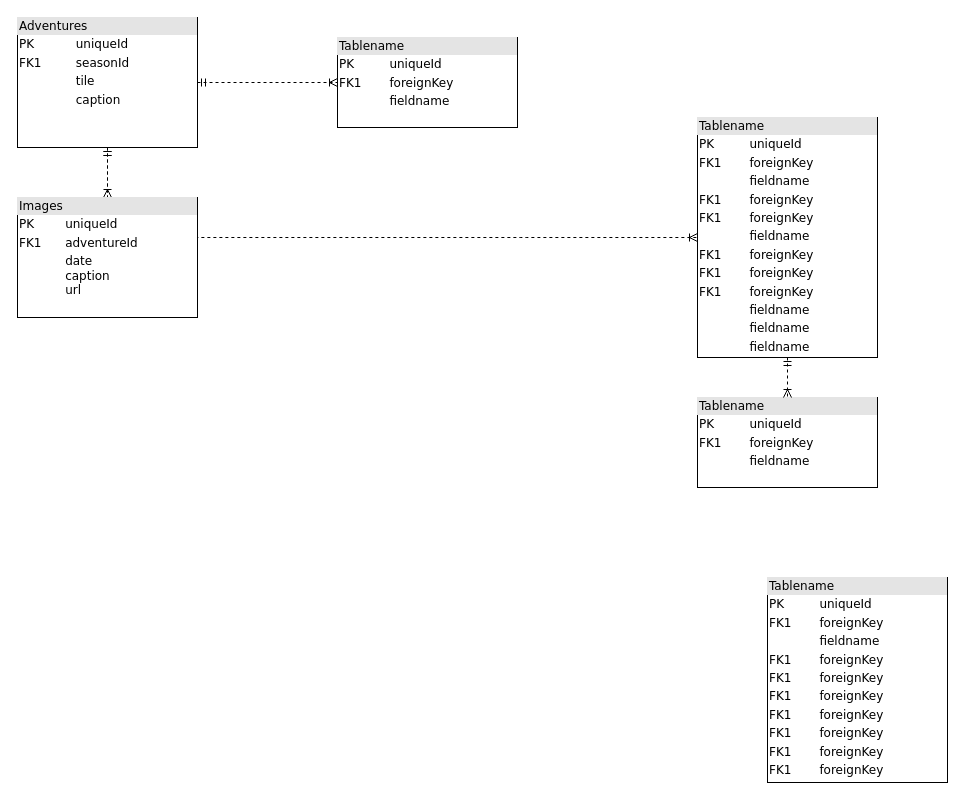
Before: Untitled Diagram.drawio in laurenashley/adventure-gallery, a draw.io diagram. Source tidied: cells renumbered, new cells numbered last; positions are measured from the earlier drawing's top-left corner, leaving out a move shared by most shapes. Both pictures are drawn from the tidied source at 100%, with x=0, y=0 at pixel (17, 17).
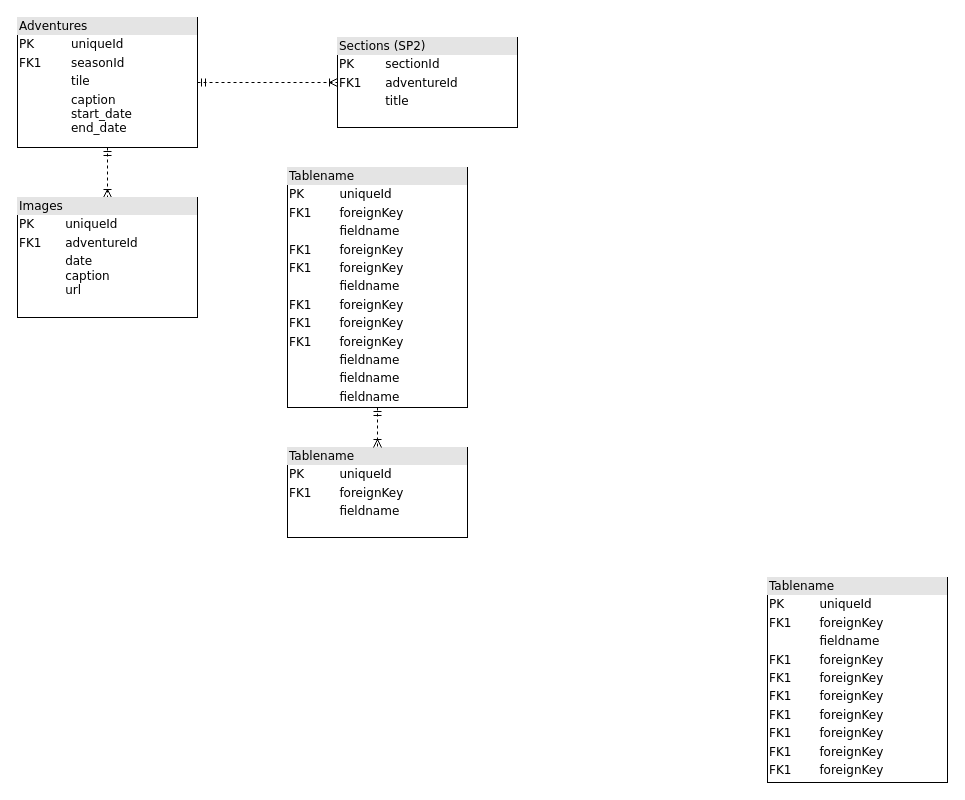
After the change.

Change to the diagram source:
```diff
@@
 <mxGraphModel>
   <root>
     <mxCell id="0" />
     <mxCell id="1" parent="0" />
     <mxCell id="2" style="edgeStyle=orthogonalEdgeStyle;html=1;entryX=0.5;entryY=0;dashed=1;labelBackgroundColor=none;startArrow=ERmandOne;endArrow=ERoneToMany;fontFamily=Verdana;fontSize=12;align=left;" parent="1" edge="1" source="5" target="7">
       <mxGeometry relative="1" as="geometry" />
     </mxCell>
-    <mxCell id="3" style="edgeStyle=orthogonalEdgeStyle;html=1;dashed=1;labelBackgroundColor=none;startArrow=ERmandOne;endArrow=ERoneToMany;fontFamily=Verdana;fontSize=12;align=left;entryX=0;entryY=0.5;" parent="1" edge="1" source="5" target="10">
-      <mxGeometry relative="1" as="geometry">
-        <Array as="points">
-          <mxPoint x="510" y="220" />
-          <mxPoint x="630" y="220" />
-          <mxPoint x="630" y="285" />
-        </Array>
-      </mxGeometry>
-    </mxCell>
     <mxCell id="4" style="edgeStyle=orthogonalEdgeStyle;html=1;dashed=1;labelBackgroundColor=none;startArrow=ERmandOne;endArrow=ERoneToMany;fontFamily=Verdana;fontSize=12;align=left;" parent="1" edge="1" source="5" target="11">
       <mxGeometry relative="1" as="geometry" />
     </mxCell>
-    <mxCell id="5" value="&lt;div style=&quot;box-sizing: border-box ; width: 100% ; background: #e4e4e4 ; padding: 2px&quot;&gt;Adventures&lt;/div&gt;&lt;table style=&quot;width: 100% ; font-size: 1em&quot; cellpadding=&quot;2&quot; cellspacing=&quot;0&quot;&gt;&lt;tbody&gt;&lt;tr&gt;&lt;td&gt;PK&lt;/td&gt;&lt;td&gt;uniqueId&lt;/td&gt;&lt;/tr&gt;&lt;tr&gt;&lt;td&gt;FK1&lt;/td&gt;&lt;td&gt;seasonId&lt;/td&gt;&lt;/tr&gt;&lt;tr&gt;&lt;td&gt;&lt;/td&gt;&lt;td&gt;tile&lt;/td&gt;&lt;/tr&gt;&lt;tr&gt;&lt;td&gt;&lt;br&gt;&lt;/td&gt;&lt;td&gt;caption&lt;/td&gt;&lt;/tr&gt;&lt;/tbody&gt;&lt;/table&gt;" style="verticalAlign=top;align=left;overflow=fill;html=1;rounded=0;shadow=0;comic=0;labelBackgroundColor=none;strokeWidth=1;fontFamily=Verdana;fontSize=12;" parent="1" vertex="1">
+    <mxCell id="5" value="&lt;div style=&quot;box-sizing: border-box ; width: 100% ; background: #e4e4e4 ; padding: 2px&quot;&gt;Adventures&lt;/div&gt;&lt;table style=&quot;width: 100% ; font-size: 1em&quot; cellpadding=&quot;2&quot; cellspacing=&quot;0&quot;&gt;&lt;tbody&gt;&lt;tr&gt;&lt;td&gt;PK&lt;/td&gt;&lt;td&gt;uniqueId&lt;/td&gt;&lt;/tr&gt;&lt;tr&gt;&lt;td&gt;FK1&lt;/td&gt;&lt;td&gt;seasonId&lt;/td&gt;&lt;/tr&gt;&lt;tr&gt;&lt;td&gt;&lt;/td&gt;&lt;td&gt;tile&lt;/td&gt;&lt;/tr&gt;&lt;tr&gt;&lt;td&gt;&lt;br&gt;&lt;/td&gt;&lt;td&gt;caption&lt;br&gt;start_date&lt;br&gt;end_date&lt;br&gt;&lt;/td&gt;&lt;/tr&gt;&lt;/tbody&gt;&lt;/table&gt;" style="verticalAlign=top;align=left;overflow=fill;html=1;rounded=0;shadow=0;comic=0;labelBackgroundColor=none;strokeWidth=1;fontFamily=Verdana;fontSize=12;" parent="1" vertex="1">
       <mxGeometry width="180" height="130" as="geometry" />
     </mxCell>
     <mxCell id="6" value="&lt;div style=&quot;box-sizing: border-box ; width: 100% ; background: #e4e4e4 ; padding: 2px&quot;&gt;Tablename&lt;/div&gt;&lt;table style=&quot;width: 100% ; font-size: 1em&quot; cellpadding=&quot;2&quot; cellspacing=&quot;0&quot;&gt;&lt;tbody&gt;&lt;tr&gt;&lt;td&gt;PK&lt;/td&gt;&lt;td&gt;uniqueId&lt;/td&gt;&lt;/tr&gt;&lt;tr&gt;&lt;td&gt;FK1&lt;/td&gt;&lt;td&gt;foreignKey&lt;/td&gt;&lt;/tr&gt;&lt;tr&gt;&lt;td&gt;&lt;/td&gt;&lt;td&gt;fieldname&lt;/td&gt;&lt;/tr&gt;&lt;tr&gt;&lt;td&gt;FK1&lt;br&gt;&lt;/td&gt;&lt;td&gt;foreignKey&lt;br&gt;&lt;/td&gt;&lt;/tr&gt;&lt;tr&gt;&lt;td&gt;FK1&lt;br&gt;&lt;/td&gt;&lt;td&gt;foreignKey&lt;br&gt;&lt;/td&gt;&lt;/tr&gt;&lt;tr&gt;&lt;td&gt;FK1&lt;br&gt;&lt;/td&gt;&lt;td&gt;foreignKey&lt;br&gt;&lt;/td&gt;&lt;/tr&gt;&lt;tr&gt;&lt;td&gt;FK1&lt;br&gt;&lt;/td&gt;&lt;td&gt;foreignKey&lt;br&gt;&lt;/td&gt;&lt;/tr&gt;&lt;tr&gt;&lt;td&gt;FK1&lt;br&gt;&lt;/td&gt;&lt;td&gt;foreignKey&lt;br&gt;&lt;/td&gt;&lt;/tr&gt;&lt;tr&gt;&lt;td&gt;FK1&lt;br&gt;&lt;/td&gt;&lt;td&gt;foreignKey&lt;br&gt;&lt;/td&gt;&lt;/tr&gt;&lt;tr&gt;&lt;td&gt;FK1&lt;br&gt;&lt;/td&gt;&lt;td&gt;foreignKey&lt;br&gt;&lt;/td&gt;&lt;/tr&gt;&lt;/tbody&gt;&lt;/table&gt;" style="verticalAlign=top;align=left;overflow=fill;html=1;rounded=0;shadow=0;comic=0;labelBackgroundColor=none;strokeWidth=1;fontFamily=Verdana;fontSize=12;" parent="1" vertex="1">
       <mxGeometry x="750" y="560" width="180" height="205" as="geometry" />
     </mxCell>
     <mxCell id="7" value="&lt;div style=&quot;box-sizing: border-box ; width: 100% ; background: #e4e4e4 ; padding: 2px&quot;&gt;Images&lt;/div&gt;&lt;table style=&quot;width: 100% ; font-size: 1em&quot; cellpadding=&quot;2&quot; cellspacing=&quot;0&quot;&gt;&lt;tbody&gt;&lt;tr&gt;&lt;td&gt;PK&lt;/td&gt;&lt;td&gt;uniqueId&lt;/td&gt;&lt;/tr&gt;&lt;tr&gt;&lt;td&gt;FK1&lt;/td&gt;&lt;td&gt;adventureId&lt;/td&gt;&lt;/tr&gt;&lt;tr&gt;&lt;td&gt;&lt;/td&gt;&lt;td&gt;date&lt;br&gt;caption&lt;br&gt;url&lt;/td&gt;&lt;/tr&gt;&lt;tr&gt;&lt;td&gt;&lt;br&gt;&lt;/td&gt;&lt;td&gt;&lt;br&gt;&lt;/td&gt;&lt;/tr&gt;&lt;tr&gt;&lt;td&gt;&lt;/td&gt;&lt;td&gt;&lt;br&gt;&lt;/td&gt;&lt;/tr&gt;&lt;/tbody&gt;&lt;/table&gt;" style="verticalAlign=top;align=left;overflow=fill;html=1;rounded=0;shadow=0;comic=0;labelBackgroundColor=none;strokeWidth=1;fontFamily=Verdana;fontSize=12;" parent="1" vertex="1">
       <mxGeometry y="180" width="180" height="120" as="geometry" />
     </mxCell>
     <mxCell id="8" value="&lt;div style=&quot;box-sizing:border-box;width:100%;background:#e4e4e4;padding:2px;&quot;&gt;Tablename&lt;/div&gt;&lt;table style=&quot;width:100%;font-size:1em;&quot; cellpadding=&quot;2&quot; cellspacing=&quot;0&quot;&gt;&lt;tr&gt;&lt;td&gt;PK&lt;/td&gt;&lt;td&gt;uniqueId&lt;/td&gt;&lt;/tr&gt;&lt;tr&gt;&lt;td&gt;FK1&lt;/td&gt;&lt;td&gt;foreignKey&lt;/td&gt;&lt;/tr&gt;&lt;tr&gt;&lt;td&gt;&lt;/td&gt;&lt;td&gt;fieldname&lt;/td&gt;&lt;/tr&gt;&lt;/table&gt;" style="verticalAlign=top;align=left;overflow=fill;html=1;rounded=0;shadow=0;comic=0;labelBackgroundColor=none;strokeWidth=1;fontFamily=Verdana;fontSize=12;" parent="1" vertex="1">
-      <mxGeometry x="680" y="380" width="180" height="90" as="geometry" />
+      <mxGeometry x="270" y="430" width="180" height="90" as="geometry" />
     </mxCell>
     <mxCell id="9" style="edgeStyle=orthogonalEdgeStyle;html=1;entryX=0.5;entryY=0;dashed=1;labelBackgroundColor=none;startArrow=ERmandOne;endArrow=ERoneToMany;fontFamily=Verdana;fontSize=12;align=left;" parent="1" edge="1" source="10" target="8">
       <mxGeometry relative="1" as="geometry" />
     </mxCell>
     <mxCell id="10" value="&lt;div style=&quot;box-sizing: border-box ; width: 100% ; background: #e4e4e4 ; padding: 2px&quot;&gt;Tablename&lt;/div&gt;&lt;table style=&quot;width: 100% ; font-size: 1em&quot; cellpadding=&quot;2&quot; cellspacing=&quot;0&quot;&gt;&lt;tbody&gt;&lt;tr&gt;&lt;td&gt;PK&lt;/td&gt;&lt;td&gt;uniqueId&lt;/td&gt;&lt;/tr&gt;&lt;tr&gt;&lt;td&gt;FK1&lt;/td&gt;&lt;td&gt;foreignKey&lt;/td&gt;&lt;/tr&gt;&lt;tr&gt;&lt;td&gt;&lt;/td&gt;&lt;td&gt;fieldname&lt;/td&gt;&lt;/tr&gt;&lt;tr&gt;&lt;td&gt;FK1&lt;br&gt;&lt;/td&gt;&lt;td&gt;foreignKey&lt;br&gt;&lt;/td&gt;&lt;/tr&gt;&lt;tr&gt;&lt;td&gt;FK1&lt;br&gt;&lt;/td&gt;&lt;td&gt;foreignKey&lt;br&gt;&lt;/td&gt;&lt;/tr&gt;&lt;tr&gt;&lt;td&gt;&lt;br&gt;&lt;/td&gt;&lt;td&gt;fieldname&lt;br&gt;&lt;/td&gt;&lt;/tr&gt;&lt;tr&gt;&lt;td&gt;FK1&lt;br&gt;&lt;/td&gt;&lt;td&gt;foreignKey&lt;br&gt;&lt;/td&gt;&lt;/tr&gt;&lt;tr&gt;&lt;td&gt;FK1&lt;br&gt;&lt;/td&gt;&lt;td&gt;foreignKey&lt;br&gt;&lt;/td&gt;&lt;/tr&gt;&lt;tr&gt;&lt;td&gt;FK1&lt;br&gt;&lt;/td&gt;&lt;td&gt;foreignKey&lt;br&gt;&lt;/td&gt;&lt;/tr&gt;&lt;tr&gt;&lt;td&gt;&lt;br&gt;&lt;/td&gt;&lt;td&gt;fieldname&lt;br&gt;&lt;/td&gt;&lt;/tr&gt;&lt;tr&gt;&lt;td&gt;&lt;br&gt;&lt;/td&gt;&lt;td&gt;fieldname&lt;br&gt;&lt;/td&gt;&lt;/tr&gt;&lt;tr&gt;&lt;td&gt;&lt;br&gt;&lt;/td&gt;&lt;td&gt;fieldname&lt;br&gt;&lt;/td&gt;&lt;/tr&gt;&lt;/tbody&gt;&lt;/table&gt;" style="verticalAlign=top;align=left;overflow=fill;html=1;rounded=0;shadow=0;comic=0;labelBackgroundColor=none;strokeWidth=1;fontFamily=Verdana;fontSize=12;" parent="1" vertex="1">
-      <mxGeometry x="680" y="100" width="180" height="240" as="geometry" />
+      <mxGeometry x="270" y="150" width="180" height="240" as="geometry" />
     </mxCell>
-    <mxCell id="11" value="&lt;div style=&quot;box-sizing:border-box;width:100%;background:#e4e4e4;padding:2px;&quot;&gt;Tablename&lt;/div&gt;&lt;table style=&quot;width:100%;font-size:1em;&quot; cellpadding=&quot;2&quot; cellspacing=&quot;0&quot;&gt;&lt;tr&gt;&lt;td&gt;PK&lt;/td&gt;&lt;td&gt;uniqueId&lt;/td&gt;&lt;/tr&gt;&lt;tr&gt;&lt;td&gt;FK1&lt;/td&gt;&lt;td&gt;foreignKey&lt;/td&gt;&lt;/tr&gt;&lt;tr&gt;&lt;td&gt;&lt;/td&gt;&lt;td&gt;fieldname&lt;/td&gt;&lt;/tr&gt;&lt;/table&gt;" style="verticalAlign=top;align=left;overflow=fill;html=1;rounded=0;shadow=0;comic=0;labelBackgroundColor=none;strokeWidth=1;fontFamily=Verdana;fontSize=12;" parent="1" vertex="1">
+    <mxCell id="11" value="&lt;div style=&quot;box-sizing:border-box;width:100%;background:#e4e4e4;padding:2px;&quot;&gt;Sections (SP2)&lt;/div&gt;&lt;table style=&quot;width:100%;font-size:1em;&quot; cellpadding=&quot;2&quot; cellspacing=&quot;0&quot;&gt;&lt;tbody&gt;&lt;tr&gt;&lt;td&gt;PK&lt;/td&gt;&lt;td&gt;sectionId&lt;/td&gt;&lt;/tr&gt;&lt;tr&gt;&lt;td&gt;FK1&lt;/td&gt;&lt;td&gt;adventureId&lt;/td&gt;&lt;/tr&gt;&lt;tr&gt;&lt;td&gt;&lt;/td&gt;&lt;td&gt;title&lt;/td&gt;&lt;/tr&gt;&lt;/tbody&gt;&lt;/table&gt;" style="verticalAlign=top;align=left;overflow=fill;html=1;rounded=0;shadow=0;comic=0;labelBackgroundColor=none;strokeWidth=1;fontFamily=Verdana;fontSize=12;" parent="1" vertex="1">
       <mxGeometry x="320" y="20" width="180" height="90" as="geometry" />
     </mxCell>
   </root>
 </mxGraphModel>
```
